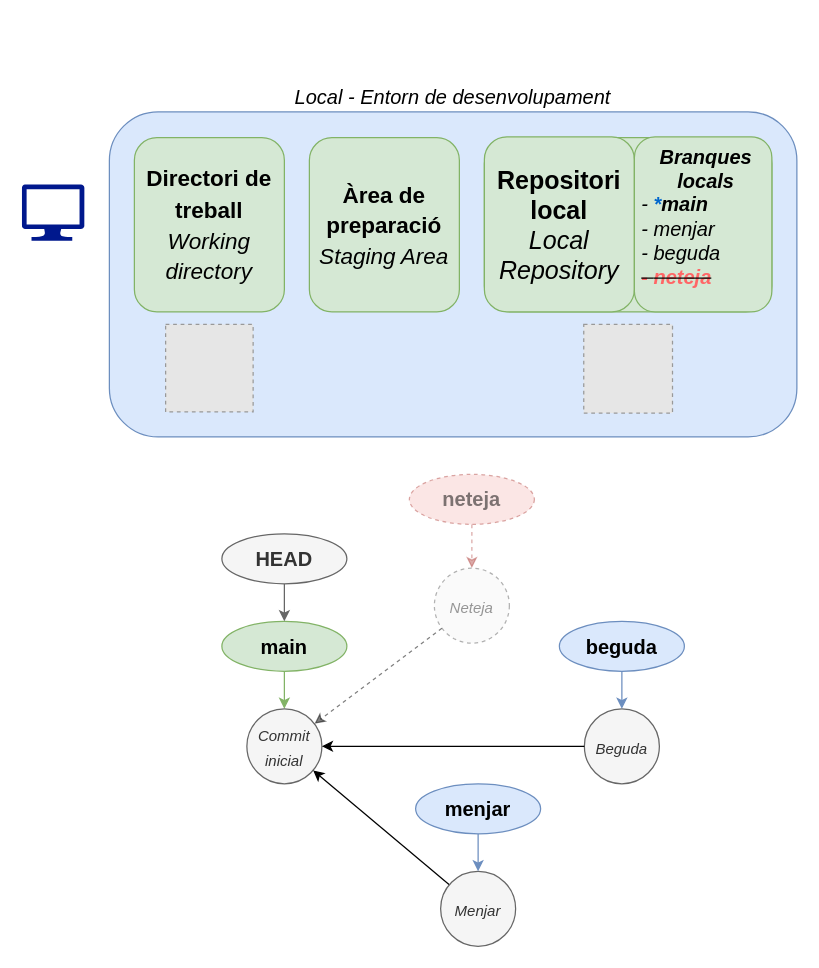
Above: docs/apunts/02_branques/img/delete_neteja.drawio in joapuiib/curs-git (draw.io), before the change. Source tidied: cells renumbered, new cells numbered last; positions are measured from the earlier drawing's top-left corner, leaving out a move shared by most shapes. Both pictures are drawn from the tidied source at 125%, with x=0, y=0 at pixel (21, 111). Pictures stored in the file or linked from it are replaced by grey dashed boxes.
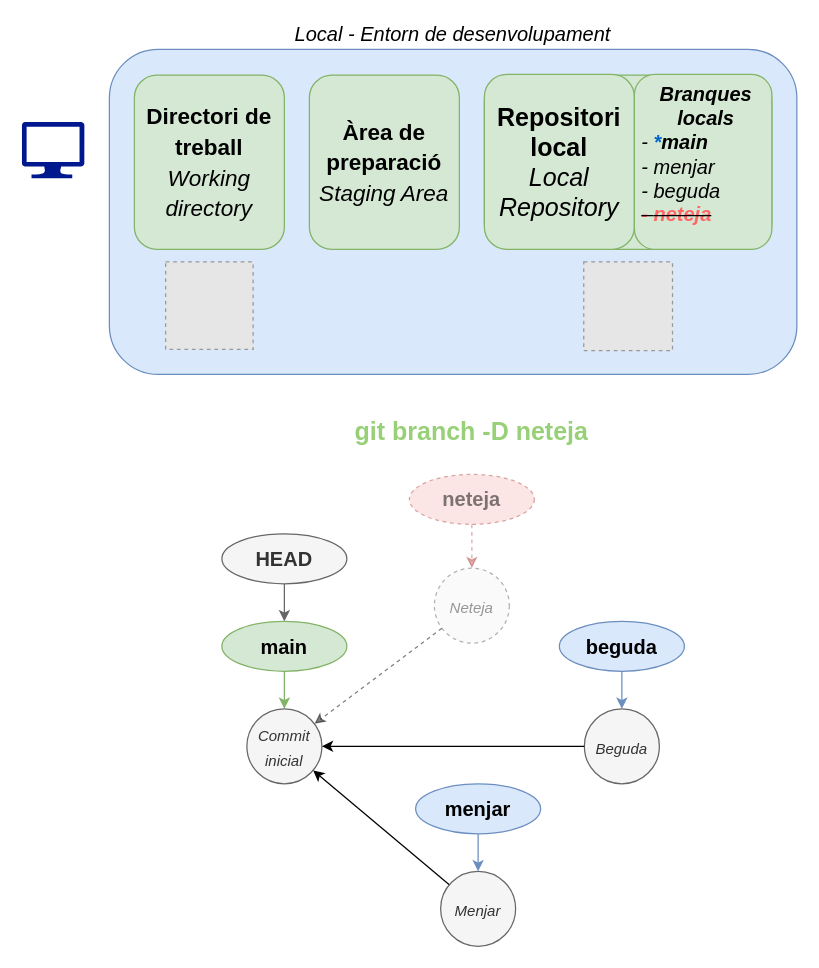
The same page after the edit.

Change to the diagram source:
```diff
@@
     <mxCell id="7" value="&lt;i&gt;Local - Entorn de desenvolupament&lt;/i&gt;" style="rounded=1;whiteSpace=wrap;html=1;verticalAlign=bottom;labelPosition=center;verticalLabelPosition=top;align=center;textDirection=ltr;labelBackgroundColor=none;spacingTop=0;spacing=2;fontSize=16;fillColor=#dae8fc;strokeColor=#6c8ebf;" parent="1" vertex="1">
-      <mxGeometry x="70" width="550" height="260" as="geometry" />
+      <mxGeometry x="70" y="-50" width="550" height="260" as="geometry" />
     </mxCell>
     <mxCell id="8" style="sketch=0;shadow=0;dashed=0;html=1;strokeColor=none;labelPosition=center;verticalLabelPosition=bottom;verticalAlign=top;align=center;fillColor=#00188D;shape=mxgraph.azure.computer;" parent="1" vertex="1">
-      <mxGeometry y="58.1" width="50" height="45" as="geometry" />
+      <mxGeometry y="8.1" width="50" height="45" as="geometry" />
     </mxCell>
     <mxCell id="9" style="rounded=1;whiteSpace=wrap;html=1;fontSize=20;fillColor=#d5e8d4;strokeColor=#82b366;" parent="1" vertex="1">
-      <mxGeometry x="370" y="20.6" width="230" height="139.4" as="geometry" />
+      <mxGeometry x="370" y="-29.4" width="230" height="139.4" as="geometry" />
     </mxCell>
     <mxCell id="10" value="&lt;b&gt;Repositori local&lt;/b&gt;&lt;i&gt;&lt;br&gt;Local Repository&lt;/i&gt;" style="rounded=1;whiteSpace=wrap;html=1;fontSize=20;fillColor=#d5e8d4;strokeColor=#82b366;" parent="1" vertex="1">
-      <mxGeometry x="370" y="20" width="120" height="140" as="geometry" />
+      <mxGeometry x="370" y="-30" width="120" height="140" as="geometry" />
     </mxCell>
     <mxCell id="11" value="&lt;b style=&quot;border-color: var(--border-color); font-size: 18px;&quot;&gt;Àrea de preparació&lt;/b&gt;&lt;br style=&quot;border-color: var(--border-color); font-size: 18px;&quot;&gt;&lt;i style=&quot;border-color: var(--border-color); font-size: 18px;&quot;&gt;Staging Area&lt;/i&gt;" style="rounded=1;whiteSpace=wrap;html=1;fontSize=20;fillColor=#d5e8d4;strokeColor=#82b366;" parent="1" vertex="1">
-      <mxGeometry x="230" y="20.6" width="120" height="139.4" as="geometry" />
+      <mxGeometry x="230" y="-29.4" width="120" height="139.4" as="geometry" />
     </mxCell>
     <mxCell id="12" value="&lt;b style=&quot;border-color: var(--border-color); font-size: 18px;&quot;&gt;Directori de treball&lt;/b&gt;&lt;br style=&quot;border-color: var(--border-color); font-size: 18px;&quot;&gt;&lt;i style=&quot;border-color: var(--border-color); font-size: 18px;&quot;&gt;Working directory&lt;/i&gt;" style="rounded=1;whiteSpace=wrap;html=1;fontSize=20;fillColor=#d5e8d4;strokeColor=#82b366;" parent="1" vertex="1">
-      <mxGeometry x="90" y="20.6" width="120" height="139.4" as="geometry" />
+      <mxGeometry x="90" y="-29.4" width="120" height="139.4" as="geometry" />
     </mxCell>
     <mxCell id="13" style="fillColor=#E6E6E6;strokeColor=#999999;dashed=1;verticalLabelPosition=bottom;verticalAlign=top;" parent="1" vertex="1">
-      <mxGeometry x="115" y="170" width="70" height="70" as="geometry" />
+      <mxGeometry x="115" y="120" width="70" height="70" as="geometry" />
     </mxCell>
     <mxCell id="14" style="fillColor=#E6E6E6;strokeColor=#999999;dashed=1;verticalLabelPosition=bottom;verticalAlign=top;" parent="1" vertex="1">
-      <mxGeometry x="449.5" y="170" width="71" height="71" as="geometry" />
+      <mxGeometry x="449.5" y="120" width="71" height="71" as="geometry" />
     </mxCell>
     <mxCell id="15" value="&lt;b style=&quot;font-style: italic; font-size: 16px;&quot;&gt;Branques locals&lt;/b&gt;&lt;br style=&quot;font-size: 16px;&quot;&gt;&lt;div style=&quot;font-style: italic; text-align: left;&quot;&gt;&lt;span style=&quot;background-color: initial;&quot;&gt;-&amp;nbsp;&lt;/span&gt;&lt;b style=&quot;background-color: initial;&quot;&gt;&lt;font color=&quot;#0066cc&quot;&gt;*&lt;/font&gt;&lt;/b&gt;&lt;b style=&quot;background-color: initial;&quot;&gt;main&lt;/b&gt;&lt;/div&gt;&lt;div style=&quot;text-align: left;&quot;&gt;&lt;span style=&quot;background-color: initial;&quot;&gt;&lt;i&gt;- menjar&lt;/i&gt;&lt;/span&gt;&lt;/div&gt;&lt;div style=&quot;font-style: italic; text-align: left;&quot;&gt;&lt;span style=&quot;background-color: initial;&quot;&gt;- beguda&lt;/span&gt;&lt;/div&gt;&lt;div style=&quot;font-style: italic; text-align: left;&quot;&gt;&lt;b&gt;&lt;strike&gt;&lt;font color=&quot;#ff6666&quot;&gt;&lt;span style=&quot;background-color: initial;&quot;&gt;-&amp;nbsp;&lt;/span&gt;&lt;span style=&quot;background-color: initial;&quot;&gt;neteja&lt;/span&gt;&lt;/font&gt;&lt;/strike&gt;&lt;/b&gt;&lt;/div&gt;" style="rounded=1;whiteSpace=wrap;html=1;fontSize=16;fillColor=#d5e8d4;strokeColor=#82b366;verticalAlign=top;spacingLeft=5;" parent="1" vertex="1">
-      <mxGeometry x="490" y="20" width="110" height="140" as="geometry" />
+      <mxGeometry x="490" y="-30" width="110" height="140" as="geometry" />
     </mxCell>
@@
+    <mxCell id="28" value="git branch -D neteja" style="text;html=1;align=center;verticalAlign=middle;whiteSpace=wrap;rounded=0;fontStyle=1;fontSize=20;fontColor=#97D077;" parent="1" vertex="1">
+      <mxGeometry x="240" y="240" width="240" height="30" as="geometry" />
+    </mxCell>
```
